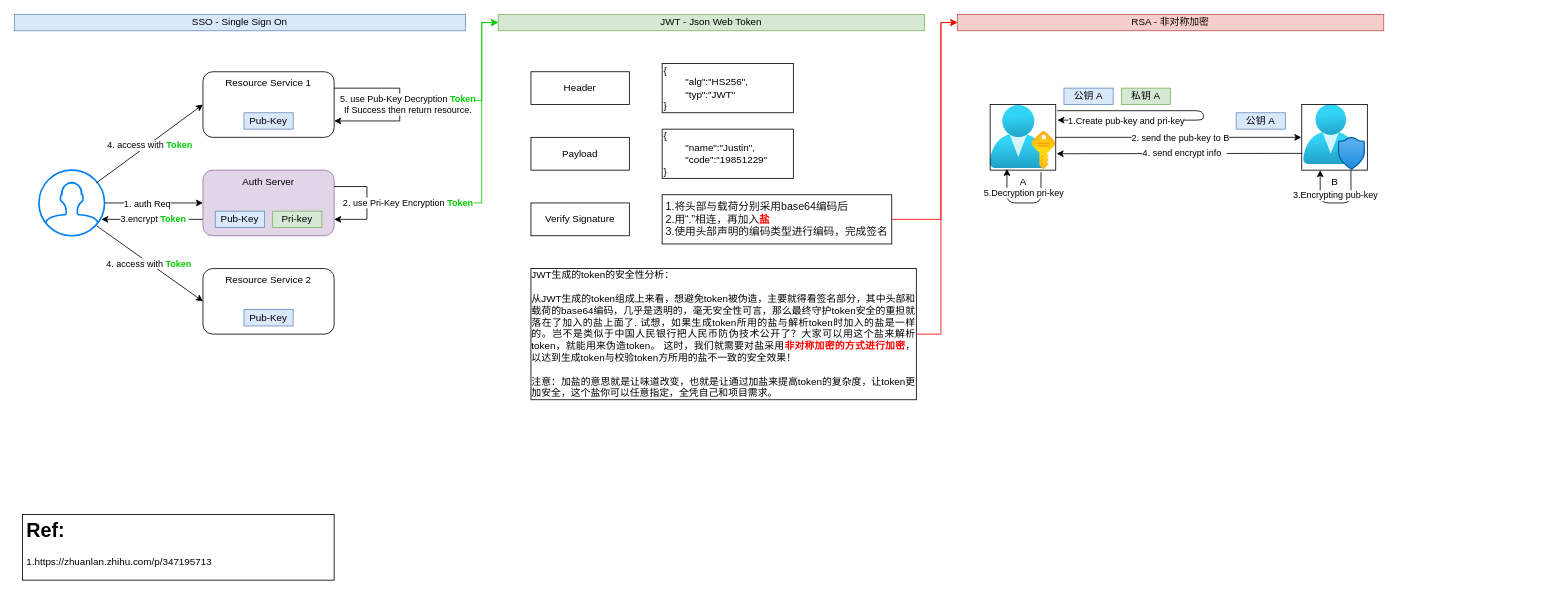
The draw.io diagram page "SSO-JWT-RSA" (4 of 5) of java/Spring Security.drawio in bayern01kahn/Tech_Diagrams, before the edit. Source tidied: cells renumbered, new cells numbered last; positions are measured from the earlier drawing's top-left corner, leaving out a move shared by most shapes. Both pictures are drawn from the tidied source at 82%, with x=0, y=0 at pixel (14, 14).
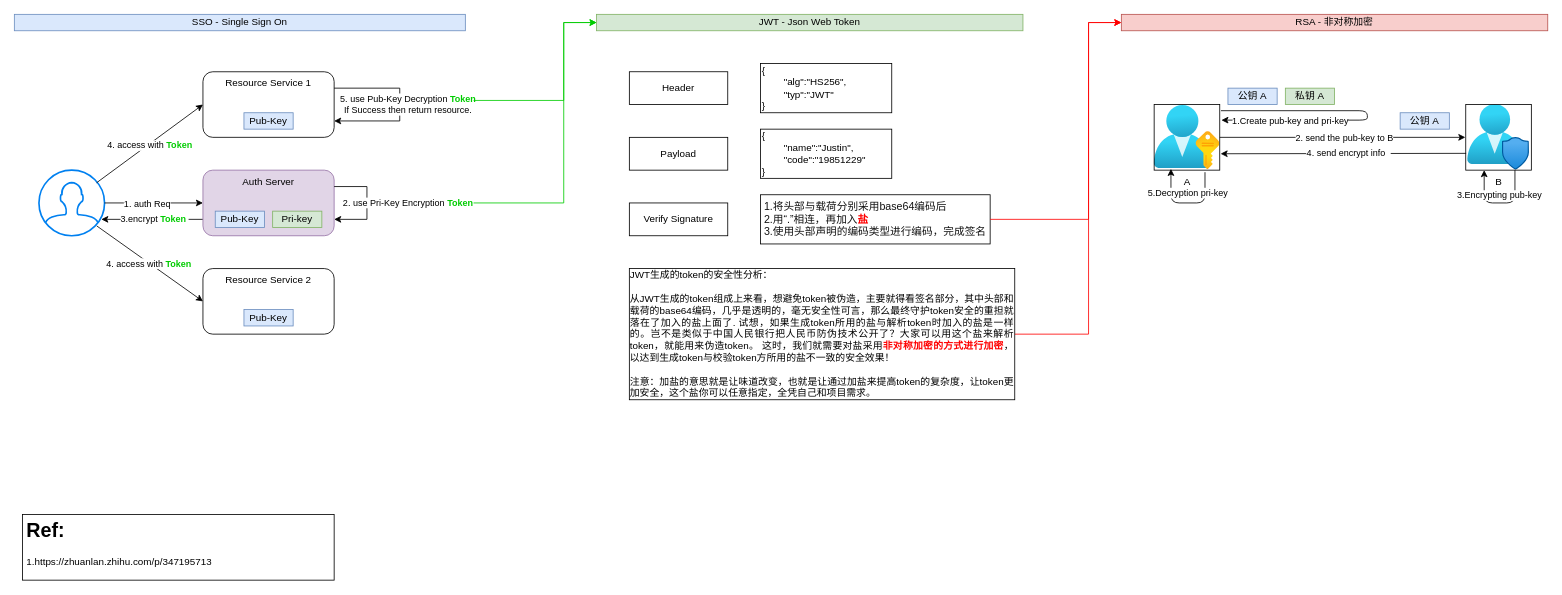
Above is the later version.

The edit, as a diff of the source:
```diff
@@
     <mxCell id="2" value="&lt;div style=&quot;text-align: justify&quot;&gt;&lt;span style=&quot;font-size: 13px ; background-color: rgb(255 , 255 , 255) ; color: rgb(18 , 18 , 18) ; text-align: left&quot;&gt;1.将头部与载荷分别采用base64编码后&lt;/span&gt;&lt;/div&gt;&lt;span style=&quot;text-align: left ; background-color: rgb(255 , 255 , 255)&quot;&gt;&lt;div style=&quot;text-align: justify&quot;&gt;&lt;span style=&quot;font-size: 13px&quot;&gt;&lt;font color=&quot;#121212&quot;&gt;2.用“.”相连，再加入&lt;/font&gt;&lt;b&gt;&lt;font color=&quot;#ff0000&quot;&gt;盐&lt;/font&gt;&lt;/b&gt;&lt;/span&gt;&lt;/div&gt;&lt;font style=&quot;color: rgb(18 , 18 , 18) ; font-size: 13px&quot;&gt;&lt;div style=&quot;text-align: justify&quot;&gt;3.使用头部声明的编码类型进行编码，完成签名&lt;/div&gt;&lt;/font&gt;&lt;/span&gt;" style="rounded=0;whiteSpace=wrap;html=1;strokeColor=#000000;" parent="1" vertex="1">
-      <mxGeometry x="790" y="220" width="280" height="60" as="geometry" />
+      <mxGeometry x="910" y="220" width="280" height="60" as="geometry" />
     </mxCell>
@@
     <mxCell id="14" value="JWT - Json Web Token" style="text;html=1;fillColor=#d5e8d4;align=center;verticalAlign=middle;whiteSpace=wrap;rounded=0;strokeColor=#82b366;" parent="1" vertex="1">
-      <mxGeometry x="590" width="520" height="20" as="geometry" />
+      <mxGeometry x="710" width="520" height="20" as="geometry" />
     </mxCell>
     <mxCell id="15" value="Header" style="rounded=0;whiteSpace=wrap;html=1;strokeColor=#000000;" parent="1" vertex="1">
-      <mxGeometry x="630" y="70" width="120" height="40" as="geometry" />
+      <mxGeometry x="750" y="70" width="120" height="40" as="geometry" />
     </mxCell>
     <mxCell id="16" value="Payload" style="rounded=0;whiteSpace=wrap;html=1;strokeColor=#000000;" parent="1" vertex="1">
-      <mxGeometry x="630" y="150" width="120" height="40" as="geometry" />
+      <mxGeometry x="750" y="150" width="120" height="40" as="geometry" />
     </mxCell>
     <mxCell id="17" value="Verify Signature" style="rounded=0;whiteSpace=wrap;html=1;strokeColor=#000000;" parent="1" vertex="1">
-      <mxGeometry x="630" y="230" width="120" height="40" as="geometry" />
+      <mxGeometry x="750" y="230" width="120" height="40" as="geometry" />
     </mxCell>
     <mxCell id="18" value="{&lt;br&gt;&lt;span style=&quot;white-space: pre&quot;&gt;&#9;&lt;/span&gt;&quot;alg&quot;:&quot;HS256&quot;,&lt;br&gt;&lt;span style=&quot;white-space: pre&quot;&gt;&#9;&lt;/span&gt;&quot;typ&quot;:&quot;JWT&quot;&amp;nbsp;&amp;nbsp;&lt;br&gt;}" style="rounded=0;whiteSpace=wrap;html=1;strokeColor=#000000;align=left;" parent="1" vertex="1">
-      <mxGeometry x="790" y="60" width="160" height="60" as="geometry" />
+      <mxGeometry x="910" y="60" width="160" height="60" as="geometry" />
     </mxCell>
     <mxCell id="19" value="{&lt;br&gt;&lt;span style=&quot;white-space: pre&quot;&gt;&#9;&lt;/span&gt;&quot;name&quot;:&quot;Justin&quot;,&lt;br&gt;&lt;span style=&quot;white-space: pre&quot;&gt;&#9;&lt;/span&gt;&quot;code&quot;:&quot;19851229&quot;&amp;nbsp;&amp;nbsp;&lt;br&gt;}" style="rounded=0;whiteSpace=wrap;html=1;strokeColor=#000000;align=left;" parent="1" vertex="1">
-      <mxGeometry x="790" y="140" width="160" height="60" as="geometry" />
+      <mxGeometry x="910" y="140" width="160" height="60" as="geometry" />
     </mxCell>
     <mxCell id="20" value="RSA - 非对称加密" style="text;html=1;fillColor=#f8cecc;align=center;verticalAlign=middle;whiteSpace=wrap;rounded=0;strokeColor=#b85450;" parent="1" vertex="1">
-      <mxGeometry x="1150" width="520" height="20" as="geometry" />
+      <mxGeometry x="1350" width="520" height="20" as="geometry" />
     </mxCell>
@@
     <mxCell id="24" value="A" style="html=1;points=[];align=center;image;fontSize=12;image=img/lib/azure2/azure_stack/User_Subscriptions.svg;strokeColor=#000000;fillColor=#ffffff;imageBorder=#000000;" parent="1" vertex="1">
-      <mxGeometry x="1190" y="110" width="80" height="80" as="geometry" />
+      <mxGeometry x="1390" y="110" width="80" height="80" as="geometry" />
     </mxCell>
     <mxCell id="25" value="B" style="html=1;points=[];align=center;image;fontSize=12;image=img/lib/azure2/management_governance/User_Privacy.svg;strokeColor=#000000;fillColor=#ffffff;imageBorder=#000000;" parent="1" vertex="1">
-      <mxGeometry x="1570" y="110" width="80" height="80" as="geometry" />
+      <mxGeometry x="1770" y="110" width="80" height="80" as="geometry" />
     </mxCell>
     <mxCell id="26" style="endArrow=classic;html=1;exitX=1.019;exitY=0.231;exitDx=0;exitDy=0;exitPerimeter=0;edgeStyle=orthogonalEdgeStyle;" parent="1" edge="1">
       <mxGeometry relative="1" as="geometry">
-        <mxPoint x="1271.5" y="117.5" as="sourcePoint" />
-        <mxPoint x="1272" y="129" as="targetPoint" />
+        <mxPoint x="1471.5" y="117.5" as="sourcePoint" />
+        <mxPoint x="1472" y="129" as="targetPoint" />
         <Array as="points">
-          <mxPoint x="1450" y="118" />
+          <mxPoint x="1650" y="118" />
         </Array>
       </mxGeometry>
     </mxCell>
@@
     <mxCell id="28" value="公钥 A" style="rounded=0;whiteSpace=wrap;html=1;strokeColor=#6c8ebf;fillColor=#dae8fc;" parent="1" vertex="1">
-      <mxGeometry x="1280" y="90" width="60" height="20" as="geometry" />
+      <mxGeometry x="1480" y="90" width="60" height="20" as="geometry" />
     </mxCell>
     <mxCell id="29" value="私钥 A" style="rounded=0;whiteSpace=wrap;html=1;strokeColor=#82b366;fillColor=#d5e8d4;" parent="1" vertex="1">
-      <mxGeometry x="1350" y="90" width="60" height="20" as="geometry" />
+      <mxGeometry x="1550" y="90" width="60" height="20" as="geometry" />
     </mxCell>
@@
     <mxCell id="32" style="endArrow=classic;html=1;edgeStyle=orthogonalEdgeStyle;entryX=0.281;entryY=1;entryDx=0;entryDy=0;entryPerimeter=0;exitX=0.75;exitY=1;exitDx=0;exitDy=0;exitPerimeter=0;" parent="1" edge="1" source="25" target="25">
       <mxGeometry relative="1" as="geometry">
         <Array as="points">
-          <mxPoint x="1630" y="230" />
-          <mxPoint x="1593" y="230" />
+          <mxPoint x="1830" y="230" />
+          <mxPoint x="1793" y="230" />
         </Array>
       </mxGeometry>
     </mxCell>
@@
     <mxCell id="34" style="endArrow=classic;html=1;exitX=0.775;exitY=1.031;exitDx=0;exitDy=0;exitPerimeter=0;edgeStyle=orthogonalEdgeStyle;entryX=0.256;entryY=0.981;entryDx=0;entryDy=0;entryPerimeter=0;" parent="1" edge="1" source="24" target="24">
       <mxGeometry relative="1" as="geometry">
         <Array as="points">
-          <mxPoint x="1252" y="230" />
-          <mxPoint x="1211" y="230" />
+          <mxPoint x="1452" y="230" />
+          <mxPoint x="1411" y="230" />
         </Array>
       </mxGeometry>
     </mxCell>
@@
     <mxCell id="36" value="公钥 A" style="rounded=0;whiteSpace=wrap;html=1;strokeColor=#6c8ebf;fillColor=#dae8fc;" parent="1" vertex="1">
-      <mxGeometry x="1490" y="120" width="60" height="20" as="geometry" />
+      <mxGeometry x="1690" y="120" width="60" height="20" as="geometry" />
     </mxCell>
@@
-    <mxCell id="45" style="rounded=0;jettySize=auto;html=1;exitX=1;exitY=0.5;exitDx=0;exitDy=0;startArrow=none;startFill=0;endArrow=classic;endFill=1;edgeStyle=orthogonalEdgeStyle;strokeColor=#FF0000;" parent="1" edge="1" source="46">
+    <mxCell id="45" style="rounded=0;jettySize=auto;html=1;exitX=1;exitY=0.5;exitDx=0;exitDy=0;startArrow=none;startFill=0;endArrow=classic;endFill=1;edgeStyle=orthogonalEdgeStyle;strokeColor=#FF0000;entryX=0;entryY=0.5;entryDx=0;entryDy=0;" parent="1" edge="1" source="46" target="20">
       <mxGeometry relative="1" as="geometry">
-        <mxPoint x="1150" y="10" as="targetPoint" />
         <Array as="points">
-          <mxPoint x="1130" y="390" />
-          <mxPoint x="1130" y="10" />
+          <mxPoint x="1310" y="390" />
+          <mxPoint x="1310" y="10" />
         </Array>
       </mxGeometry>
     </mxCell>
     <mxCell id="46" value="&lt;div style=&quot;text-align: justify&quot;&gt;JWT生成的token的安全性分析：&lt;/div&gt;&lt;div style=&quot;text-align: justify&quot;&gt;&lt;br&gt;&lt;/div&gt;&lt;div style=&quot;text-align: justify&quot;&gt;从JWT生成的token组成上来看，想避免token被伪造，主要就得看签名部分，其中头部和载荷的base64编码，几乎是透明的，毫无安全性可言，那么最终守护token安全的重担就落在了加入的盐上面了. 试想，如果生成token所用的盐与解析token时加入的盐是一样的。岂不是类似于中国人民银行把人民币防伪技术公开了？大家可以用这个盐来解析token，就能用来伪造token。 这时，我们就需要对盐采用&lt;b&gt;&lt;font color=&quot;#ff0000&quot;&gt;非对称加密的方式进行加密&lt;/font&gt;&lt;/b&gt;，以达到生成token与校验token方所用的盐不一致的安全效果！&lt;/div&gt;&lt;div style=&quot;text-align: justify&quot;&gt;&lt;br&gt;&lt;/div&gt;&lt;div style=&quot;text-align: justify&quot;&gt;注意：加盐的意思就是让味道改变，也就是让通过加盐来提高token的复杂度，让token更加安全，这个盐你可以任意指定，全凭自己和项目需求。&lt;/div&gt;" style="rounded=0;whiteSpace=wrap;html=1;strokeColor=#000000;fillColor=#ffffff;" parent="1" vertex="1">
-      <mxGeometry x="630" y="310" width="470" height="160" as="geometry" />
+      <mxGeometry x="750" y="310" width="470" height="160" as="geometry" />
     </mxCell>
     <mxCell id="47" style="endArrow=classic;html=1;entryX=0;entryY=0.5;entryDx=0;entryDy=0;exitX=1;exitY=0.5;exitDx=0;exitDy=0;edgeStyle=elbowEdgeStyle;rounded=0;strokeColor=#FF0000;" parent="1" edge="1" source="2" target="20">
       <mxGeometry relative="1" as="geometry">
         <Array as="points">
-          <mxPoint x="1130" y="130" />
+          <mxPoint x="1310" y="130" />
         </Array>
       </mxGeometry>
     </mxCell>
     <mxCell id="48" style="endArrow=classic;html=1;entryX=0;entryY=0.5;entryDx=0;entryDy=0;edgeStyle=orthogonalEdgeStyle;rounded=0;fillColor=#008a00;strokeColor=#00CC00;" parent="1" edge="1" target="14">
       <mxGeometry relative="1" as="geometry">
         <mxPoint x="560" y="105" as="sourcePoint" />
         <Array as="points">
-          <mxPoint x="570" y="105" />
-          <mxPoint x="570" y="10" />
+          <mxPoint x="670" y="105" />
+          <mxPoint x="670" y="10" />
         </Array>
       </mxGeometry>
     </mxCell>
     <mxCell id="49" style="endArrow=classic;html=1;entryX=0;entryY=0.5;entryDx=0;entryDy=0;edgeStyle=orthogonalEdgeStyle;rounded=0;fillColor=#008a00;strokeColor=#00CC00;" parent="1" edge="1" target="14">
       <mxGeometry relative="1" as="geometry">
         <mxPoint x="560" y="230" as="sourcePoint" />
         <Array as="points">
-          <mxPoint x="570" y="230" />
-          <mxPoint x="570" y="10" />
+          <mxPoint x="670" y="230" />
+          <mxPoint x="670" y="10" />
         </Array>
       </mxGeometry>
     </mxCell>
```
